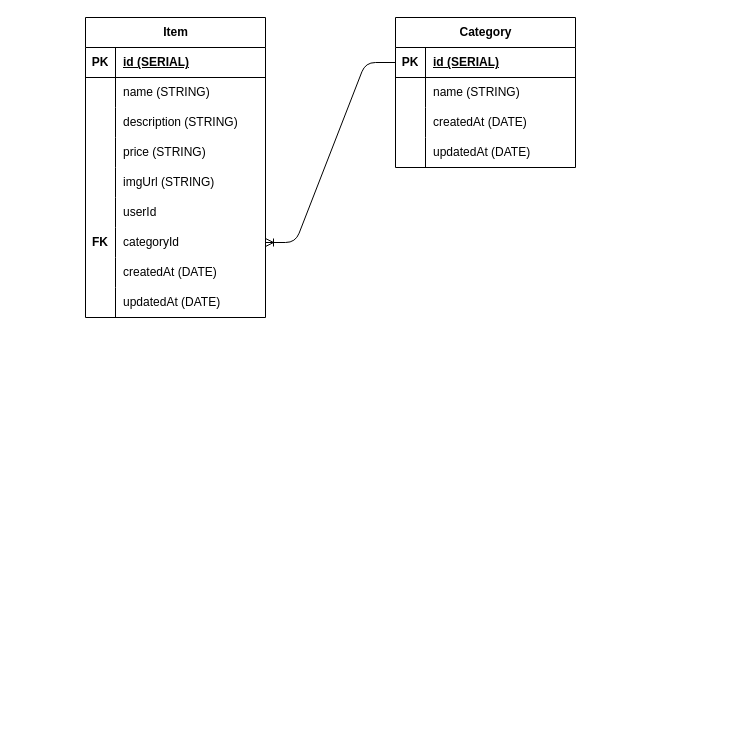
Earlier version of the draw.io diagram diagram/schema.drawio (RILMANIA/pair_project). Source tidied: cells renumbered, new cells numbered last; positions are measured from the earlier drawing's top-left corner, leaving out a move shared by most shapes. Both pictures are drawn from the tidied source at 100%, with x=0, y=0 at pixel (85, 17).
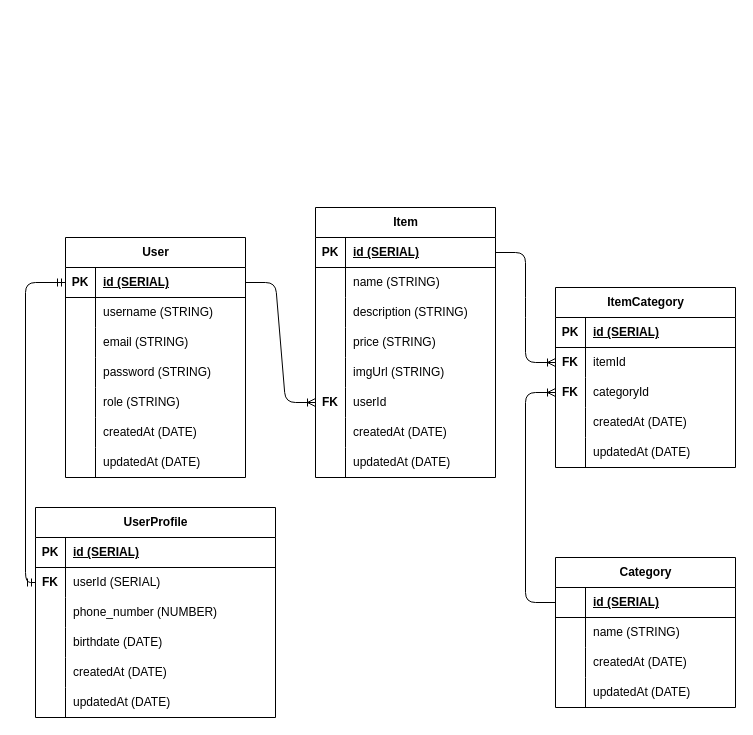
The same diagram, later.

Unchanged cells that the change refers to:
```xml
<mxCell id="3" style="shape=tableRow;horizontal=0;startSize=0;swimlaneHead=0;swimlaneBody=0;fillColor=none;points=[[0,0.5],[1,0.5]];portConstraint=eastwest;top=0;left=0;right=0;bottom=1;" parent="2" vertex="1">
  <mxGeometry y="30" width="180" height="30" as="geometry" />
</mxCell>
<mxCell id="18" style="shape=tableRow;horizontal=0;startSize=0;swimlaneHead=0;swimlaneBody=0;fillColor=none;points=[[0,0.5],[1,0.5]];portConstraint=eastwest;top=0;left=0;right=0;bottom=0;" parent="2" vertex="1">
  <mxGeometry y="180" width="180" height="30" as="geometry" />
</mxCell>
<mxCell id="31" style="shape=tableRow;horizontal=0;startSize=0;swimlaneHead=0;swimlaneBody=0;fillColor=none;points=[[0,0.5],[1,0.5]];portConstraint=eastwest;top=0;left=0;right=0;bottom=1;" parent="30" vertex="1">
  <mxGeometry y="30" width="180" height="30" as="geometry" />
</mxCell>
```

Change to the diagram source:
```diff
@@
     <mxCell id="2" value="Item" style="shape=table;startSize=30;childLayout=tableLayout;rowLines=0;fontStyle=1;align=center;html=1;" parent="1" vertex="1">
-      <mxGeometry width="180" height="300" as="geometry" />
+      <mxGeometry x="230" y="190" width="180" height="270" as="geometry" />
     </mxCell>
@@
-    <mxCell id="19" style="shape=partialRectangle;fillColor=none;top=0;left=0;bottom=0;right=0;overflow=hidden;whiteSpace=wrap;html=1;" parent="18" vertex="1">
+    <mxCell id="19" value="&lt;b&gt;FK&lt;/b&gt;" style="shape=partialRectangle;fillColor=none;top=0;left=0;bottom=0;right=0;overflow=hidden;whiteSpace=wrap;html=1;" parent="18" vertex="1">
       <mxGeometry width="30" height="30" as="geometry" />
     </mxCell>
@@
-    <mxCell id="21" style="shape=tableRow;horizontal=0;startSize=0;swimlaneHead=0;swimlaneBody=0;fillColor=none;points=[[0,0.5],[1,0.5]];portConstraint=eastwest;top=0;left=0;right=0;bottom=0;" parent="2" vertex="1">
-      <mxGeometry y="210" width="180" height="30" as="geometry" />
-    </mxCell>
-    <mxCell id="22" value="&lt;b&gt;FK&lt;/b&gt;" style="shape=partialRectangle;fillColor=none;top=0;left=0;bottom=0;right=0;overflow=hidden;whiteSpace=wrap;html=1;" parent="21" vertex="1">
-      <mxGeometry width="30" height="30" as="geometry" />
-    </mxCell>
-    <mxCell id="23" value="categoryId" style="shape=partialRectangle;fillColor=none;top=0;left=0;bottom=0;right=0;align=left;spacingLeft=6;overflow=hidden;whiteSpace=wrap;html=1;" parent="21" vertex="1">
-      <mxGeometry x="30" width="150" height="30" as="geometry" />
-    </mxCell>
     <mxCell id="24" style="shape=tableRow;horizontal=0;startSize=0;swimlaneHead=0;swimlaneBody=0;fillColor=none;top=0;left=0;right=0;bottom=0;" parent="2" vertex="1">
-      <mxGeometry y="240" width="180" height="30" as="geometry" />
+      <mxGeometry y="210" width="180" height="30" as="geometry" />
     </mxCell>
@@
     <mxCell id="27" style="shape=tableRow;horizontal=0;startSize=0;swimlaneHead=0;swimlaneBody=0;fillColor=none;top=0;left=0;right=0;bottom=0;" parent="2" vertex="1">
-      <mxGeometry y="270" width="180" height="30" as="geometry" />
+      <mxGeometry y="240" width="180" height="30" as="geometry" />
     </mxCell>
@@
     <mxCell id="30" value="Category" style="shape=table;startSize=30;childLayout=tableLayout;rowLines=0;fontStyle=1;align=center;html=1;" parent="1" vertex="1">
-      <mxGeometry x="310" width="180" height="150" as="geometry" />
+      <mxGeometry x="470" y="540" width="180" height="150" as="geometry" />
     </mxCell>
@@
-    <mxCell id="32" value="PK" style="shape=partialRectangle;fillColor=none;top=0;left=0;bottom=0;right=0;fontStyle=1;overflow=hidden;whiteSpace=wrap;html=1;" parent="31" vertex="1">
+    <mxCell id="32" style="shape=partialRectangle;fillColor=none;top=0;left=0;bottom=0;right=0;fontStyle=1;overflow=hidden;whiteSpace=wrap;html=1;" parent="31" vertex="1">
       <mxGeometry width="30" height="30" as="geometry" />
     </mxCell>
@@
-    <mxCell id="43" style="edgeStyle=entityRelationEdgeStyle;fontSize=12;html=1;endArrow=ERoneToMany;exitX=0;exitY=0.5;exitDx=0;exitDy=0;entryX=1;entryY=0.5;entryDx=0;entryDy=0;" parent="1" edge="1" source="31" target="21">
-      <mxGeometry relative="1" as="geometry" />
-    </mxCell>
+    <mxCell id="44" value="User" style="shape=table;startSize=30;childLayout=tableLayout;rowLines=0;fontStyle=1;align=center;html=1;" parent="1" vertex="1">
+      <mxGeometry x="-20" y="220" width="180" height="240" as="geometry" />
+    </mxCell>
+    <mxCell id="45" style="shape=tableRow;horizontal=0;startSize=0;swimlaneHead=0;swimlaneBody=0;fillColor=none;points=[[0,0.5],[1,0.5]];portConstraint=eastwest;top=0;left=0;right=0;bottom=1;" parent="44" vertex="1">
+      <mxGeometry y="30" width="180" height="30" as="geometry" />
+    </mxCell>
+    <mxCell id="46" value="PK" style="shape=partialRectangle;fillColor=none;top=0;left=0;bottom=0;right=0;fontStyle=1;overflow=hidden;whiteSpace=wrap;html=1;" parent="45" vertex="1">
+      <mxGeometry width="30" height="30" as="geometry" />
+    </mxCell>
+    <mxCell id="47" value="id (SERIAL)" style="shape=partialRectangle;fillColor=none;top=0;left=0;bottom=0;right=0;align=left;spacingLeft=6;fontStyle=5;overflow=hidden;whiteSpace=wrap;html=1;" parent="45" vertex="1">
+      <mxGeometry x="30" width="150" height="30" as="geometry" />
+    </mxCell>
+    <mxCell id="48" style="shape=tableRow;horizontal=0;startSize=0;swimlaneHead=0;swimlaneBody=0;fillColor=none;top=0;left=0;right=0;bottom=0;" parent="44" vertex="1">
+      <mxGeometry y="60" width="180" height="30" as="geometry" />
+    </mxCell>
+    <mxCell id="49" style="shape=partialRectangle;fillColor=none;top=0;left=0;bottom=0;right=0;overflow=hidden;whiteSpace=wrap;html=1;" parent="48" vertex="1">
+      <mxGeometry width="30" height="30" as="geometry" />
+    </mxCell>
+    <mxCell id="50" value="username (STRING)" style="shape=partialRectangle;fillColor=none;top=0;left=0;bottom=0;right=0;align=left;spacingLeft=6;overflow=hidden;whiteSpace=wrap;html=1;" parent="48" vertex="1">
+      <mxGeometry x="30" width="150" height="30" as="geometry" />
+    </mxCell>
+    <mxCell id="51" style="shape=tableRow;horizontal=0;startSize=0;swimlaneHead=0;swimlaneBody=0;fillColor=none;top=0;left=0;right=0;bottom=0;" parent="44" vertex="1">
+      <mxGeometry y="90" width="180" height="30" as="geometry" />
+    </mxCell>
+    <mxCell id="52" style="shape=partialRectangle;fillColor=none;top=0;left=0;bottom=0;right=0;overflow=hidden;whiteSpace=wrap;html=1;" parent="51" vertex="1">
+      <mxGeometry width="30" height="30" as="geometry" />
+    </mxCell>
+    <mxCell id="53" value="&lt;span style=&quot;color: rgb(0, 0, 0);&quot;&gt;email (STRING)&lt;/span&gt;" style="shape=partialRectangle;fillColor=none;top=0;left=0;bottom=0;right=0;align=left;spacingLeft=6;overflow=hidden;whiteSpace=wrap;html=1;" parent="51" vertex="1">
+      <mxGeometry x="30" width="150" height="30" as="geometry" />
+    </mxCell>
+    <mxCell id="54" style="shape=tableRow;horizontal=0;startSize=0;swimlaneHead=0;swimlaneBody=0;fillColor=none;top=0;left=0;right=0;bottom=0;" parent="44" vertex="1">
+      <mxGeometry y="120" width="180" height="30" as="geometry" />
+    </mxCell>
+    <mxCell id="55" style="shape=partialRectangle;fillColor=none;top=0;left=0;bottom=0;right=0;overflow=hidden;whiteSpace=wrap;html=1;" parent="54" vertex="1">
+      <mxGeometry width="30" height="30" as="geometry" />
+    </mxCell>
+    <mxCell id="56" value="password (STRING)" style="shape=partialRectangle;fillColor=none;top=0;left=0;bottom=0;right=0;align=left;spacingLeft=6;overflow=hidden;whiteSpace=wrap;html=1;" parent="54" vertex="1">
+      <mxGeometry x="30" width="150" height="30" as="geometry" />
+    </mxCell>
+    <mxCell id="57" style="shape=tableRow;horizontal=0;startSize=0;swimlaneHead=0;swimlaneBody=0;fillColor=none;top=0;left=0;right=0;bottom=0;" parent="44" vertex="1">
+      <mxGeometry y="150" width="180" height="30" as="geometry" />
+    </mxCell>
+    <mxCell id="58" style="shape=partialRectangle;fillColor=none;top=0;left=0;bottom=0;right=0;overflow=hidden;whiteSpace=wrap;html=1;" parent="57" vertex="1">
+      <mxGeometry width="30" height="30" as="geometry" />
+    </mxCell>
+    <mxCell id="59" value="role (STRING)" style="shape=partialRectangle;fillColor=none;top=0;left=0;bottom=0;right=0;align=left;spacingLeft=6;overflow=hidden;whiteSpace=wrap;html=1;" parent="57" vertex="1">
+      <mxGeometry x="30" width="150" height="30" as="geometry" />
+    </mxCell>
+    <mxCell id="60" style="shape=tableRow;horizontal=0;startSize=0;swimlaneHead=0;swimlaneBody=0;fillColor=none;top=0;left=0;right=0;bottom=0;" parent="44" vertex="1">
+      <mxGeometry y="180" width="180" height="30" as="geometry" />
+    </mxCell>
+    <mxCell id="61" style="shape=partialRectangle;fillColor=none;top=0;left=0;bottom=0;right=0;overflow=hidden;whiteSpace=wrap;html=1;" parent="60" vertex="1">
+      <mxGeometry width="30" height="30" as="geometry" />
+    </mxCell>
+    <mxCell id="62" value="&lt;span style=&quot;color: rgb(0, 0, 0);&quot;&gt;createdAt (DATE)&lt;/span&gt;" style="shape=partialRectangle;fillColor=none;top=0;left=0;bottom=0;right=0;align=left;spacingLeft=6;overflow=hidden;whiteSpace=wrap;html=1;" parent="60" vertex="1">
+      <mxGeometry x="30" width="150" height="30" as="geometry" />
+    </mxCell>
+    <mxCell id="21" style="shape=tableRow;horizontal=0;startSize=0;swimlaneHead=0;swimlaneBody=0;fillColor=none;points=[[0,0.5],[1,0.5]];portConstraint=eastwest;top=0;left=0;right=0;bottom=0;" parent="44" vertex="1">
+      <mxGeometry y="210" width="180" height="30" as="geometry" />
+    </mxCell>
+    <mxCell id="63" style="shape=partialRectangle;fillColor=none;top=0;left=0;bottom=0;right=0;overflow=hidden;whiteSpace=wrap;html=1;" parent="21" vertex="1">
+      <mxGeometry width="30" height="30" as="geometry" />
+    </mxCell>
+    <mxCell id="64" value="&lt;span style=&quot;color: rgb(0, 0, 0);&quot;&gt;updatedAt (DATE)&lt;/span&gt;" style="shape=partialRectangle;fillColor=none;top=0;left=0;bottom=0;right=0;align=left;spacingLeft=6;overflow=hidden;whiteSpace=wrap;html=1;" parent="21" vertex="1">
+      <mxGeometry x="30" width="150" height="30" as="geometry" />
+    </mxCell>
+    <mxCell id="65" style="edgeStyle=entityRelationEdgeStyle;fontSize=12;html=1;endArrow=ERoneToMany;exitX=1;exitY=0.5;exitDx=0;exitDy=0;entryX=0;entryY=0.5;entryDx=0;entryDy=0;" parent="1" edge="1" source="45" target="18">
+      <mxGeometry relative="1" as="geometry" />
+    </mxCell>
+    <mxCell id="66" value="UserProfile" style="shape=table;startSize=30;childLayout=tableLayout;rowLines=0;fontStyle=1;align=center;html=1;" parent="1" vertex="1">
+      <mxGeometry x="-50" y="490" width="240" height="210" as="geometry" />
+    </mxCell>
+    <mxCell id="67" style="shape=tableRow;horizontal=0;startSize=0;swimlaneHead=0;swimlaneBody=0;fillColor=none;top=0;left=0;right=0;bottom=1;" parent="66" vertex="1">
+      <mxGeometry y="30" width="240" height="30" as="geometry" />
+    </mxCell>
+    <mxCell id="68" value="PK" style="shape=partialRectangle;fillColor=none;top=0;left=0;bottom=0;right=0;fontStyle=1;overflow=hidden;whiteSpace=wrap;html=1;" parent="67" vertex="1">
+      <mxGeometry width="30" height="30" as="geometry" />
+    </mxCell>
+    <mxCell id="69" value="id (SERIAL)" style="shape=partialRectangle;fillColor=none;top=0;left=0;bottom=0;right=0;align=left;spacingLeft=6;fontStyle=5;overflow=hidden;whiteSpace=wrap;html=1;" parent="67" vertex="1">
+      <mxGeometry x="30" width="210" height="30" as="geometry" />
+    </mxCell>
+    <mxCell id="70" style="shape=tableRow;horizontal=0;startSize=0;swimlaneHead=0;swimlaneBody=0;fillColor=none;points=[[0,0.5],[1,0.5]];portConstraint=eastwest;top=0;left=0;right=0;bottom=0;" parent="66" vertex="1">
+      <mxGeometry y="60" width="240" height="30" as="geometry" />
+    </mxCell>
+    <mxCell id="71" value="&lt;b&gt;FK&lt;/b&gt;" style="shape=partialRectangle;fillColor=none;top=0;left=0;bottom=0;right=0;overflow=hidden;whiteSpace=wrap;html=1;" parent="70" vertex="1">
+      <mxGeometry width="30" height="30" as="geometry" />
+    </mxCell>
+    <mxCell id="72" value="userId (SERIAL)" style="shape=partialRectangle;fillColor=none;top=0;left=0;bottom=0;right=0;align=left;spacingLeft=6;overflow=hidden;whiteSpace=wrap;html=1;" parent="70" vertex="1">
+      <mxGeometry x="30" width="210" height="30" as="geometry" />
+    </mxCell>
+    <mxCell id="73" style="shape=tableRow;horizontal=0;startSize=0;swimlaneHead=0;swimlaneBody=0;fillColor=none;top=0;left=0;right=0;bottom=0;" parent="66" vertex="1">
+      <mxGeometry y="90" width="240" height="30" as="geometry" />
+    </mxCell>
+    <mxCell id="74" style="shape=partialRectangle;fillColor=none;top=0;left=0;bottom=0;right=0;overflow=hidden;whiteSpace=wrap;html=1;" parent="73" vertex="1">
+      <mxGeometry width="30" height="30" as="geometry" />
+    </mxCell>
+    <mxCell id="75" value="phone_number (NUMBER)" style="shape=partialRectangle;fillColor=none;top=0;left=0;bottom=0;right=0;align=left;spacingLeft=6;overflow=hidden;whiteSpace=wrap;html=1;" parent="73" vertex="1">
+      <mxGeometry x="30" width="210" height="30" as="geometry" />
+    </mxCell>
+    <mxCell id="76" style="shape=tableRow;horizontal=0;startSize=0;swimlaneHead=0;swimlaneBody=0;fillColor=none;top=0;left=0;right=0;bottom=0;" parent="66" vertex="1">
+      <mxGeometry y="120" width="240" height="30" as="geometry" />
+    </mxCell>
+    <mxCell id="77" style="shape=partialRectangle;fillColor=none;top=0;left=0;bottom=0;right=0;overflow=hidden;whiteSpace=wrap;html=1;" parent="76" vertex="1">
+      <mxGeometry width="30" height="30" as="geometry" />
+    </mxCell>
+    <mxCell id="78" value="birthdate (DATE)" style="shape=partialRectangle;fillColor=none;top=0;left=0;bottom=0;right=0;align=left;spacingLeft=6;overflow=hidden;whiteSpace=wrap;html=1;" parent="76" vertex="1">
+      <mxGeometry x="30" width="210" height="30" as="geometry" />
+    </mxCell>
+    <mxCell id="79" style="shape=tableRow;horizontal=0;startSize=0;swimlaneHead=0;swimlaneBody=0;fillColor=none;top=0;left=0;right=0;bottom=0;" parent="66" vertex="1">
+      <mxGeometry y="150" width="240" height="30" as="geometry" />
+    </mxCell>
+    <mxCell id="80" style="shape=partialRectangle;fillColor=none;top=0;left=0;bottom=0;right=0;overflow=hidden;whiteSpace=wrap;html=1;" parent="79" vertex="1">
+      <mxGeometry width="30" height="30" as="geometry" />
+    </mxCell>
+    <mxCell id="81" value="&lt;span style=&quot;color: rgb(0, 0, 0);&quot;&gt;createdAt (DATE)&lt;/span&gt;" style="shape=partialRectangle;fillColor=none;top=0;left=0;bottom=0;right=0;align=left;spacingLeft=6;overflow=hidden;whiteSpace=wrap;html=1;" parent="79" vertex="1">
+      <mxGeometry x="30" width="210" height="30" as="geometry" />
+    </mxCell>
+    <mxCell id="82" style="shape=tableRow;horizontal=0;startSize=0;swimlaneHead=0;swimlaneBody=0;fillColor=none;top=0;left=0;right=0;bottom=0;" parent="66" vertex="1">
+      <mxGeometry y="180" width="240" height="30" as="geometry" />
+    </mxCell>
+    <mxCell id="83" style="shape=partialRectangle;fillColor=none;top=0;left=0;bottom=0;right=0;overflow=hidden;whiteSpace=wrap;html=1;" parent="82" vertex="1">
+      <mxGeometry width="30" height="30" as="geometry" />
+    </mxCell>
+    <mxCell id="84" value="&lt;span style=&quot;color: rgb(0, 0, 0);&quot;&gt;updatedAt (DATE)&lt;/span&gt;" style="shape=partialRectangle;fillColor=none;top=0;left=0;bottom=0;right=0;align=left;spacingLeft=6;overflow=hidden;whiteSpace=wrap;html=1;" parent="82" vertex="1">
+      <mxGeometry x="30" width="210" height="30" as="geometry" />
+    </mxCell>
+    <mxCell id="85" style="edgeStyle=orthogonalEdgeStyle;fontSize=12;html=1;endArrow=ERmandOne;startArrow=ERmandOne;entryX=0;entryY=0.5;entryDx=0;entryDy=0;exitX=0;exitY=0.5;exitDx=0;exitDy=0;" parent="1" edge="1" source="70" target="45">
+      <mxGeometry relative="1" as="geometry" />
+    </mxCell>
+    <mxCell id="86" value="ItemCategory" style="shape=table;startSize=30;childLayout=tableLayout;rowLines=0;fontStyle=1;align=center;html=1;" parent="1" vertex="1">
+      <mxGeometry x="470" y="270" width="180" height="180" as="geometry" />
+    </mxCell>
+    <mxCell id="87" style="shape=tableRow;horizontal=0;startSize=0;swimlaneHead=0;swimlaneBody=0;fillColor=none;top=0;left=0;right=0;bottom=1;" parent="86" vertex="1">
+      <mxGeometry y="30" width="180" height="30" as="geometry" />
+    </mxCell>
+    <mxCell id="88" value="PK" style="shape=partialRectangle;fillColor=none;top=0;left=0;bottom=0;right=0;fontStyle=1;overflow=hidden;whiteSpace=wrap;html=1;" parent="87" vertex="1">
+      <mxGeometry width="30" height="30" as="geometry" />
+    </mxCell>
+    <mxCell id="89" value="id (SERIAL)" style="shape=partialRectangle;fillColor=none;top=0;left=0;bottom=0;right=0;align=left;spacingLeft=6;fontStyle=5;overflow=hidden;whiteSpace=wrap;html=1;" parent="87" vertex="1">
+      <mxGeometry x="30" width="150" height="30" as="geometry" />
+    </mxCell>
+    <mxCell id="90" style="shape=tableRow;horizontal=0;startSize=0;swimlaneHead=0;swimlaneBody=0;fillColor=none;points=[[0,0.5],[1,0.5]];portConstraint=eastwest;top=0;left=0;right=0;bottom=0;" parent="86" vertex="1">
+      <mxGeometry y="60" width="180" height="30" as="geometry" />
+    </mxCell>
+    <mxCell id="91" value="&lt;b&gt;FK&lt;/b&gt;" style="shape=partialRectangle;fillColor=none;top=0;left=0;bottom=0;right=0;overflow=hidden;whiteSpace=wrap;html=1;" parent="90" vertex="1">
+      <mxGeometry width="30" height="30" as="geometry" />
+    </mxCell>
+    <mxCell id="92" value="itemId" style="shape=partialRectangle;fillColor=none;top=0;left=0;bottom=0;right=0;align=left;spacingLeft=6;overflow=hidden;whiteSpace=wrap;html=1;" parent="90" vertex="1">
+      <mxGeometry x="30" width="150" height="30" as="geometry" />
+    </mxCell>
+    <mxCell id="93" style="shape=tableRow;horizontal=0;startSize=0;swimlaneHead=0;swimlaneBody=0;fillColor=none;points=[[0,0.5],[1,0.5]];portConstraint=eastwest;top=0;left=0;right=0;bottom=0;" parent="86" vertex="1">
+      <mxGeometry y="90" width="180" height="30" as="geometry" />
+    </mxCell>
+    <mxCell id="94" value="&lt;b&gt;FK&lt;/b&gt;" style="shape=partialRectangle;fillColor=none;top=0;left=0;bottom=0;right=0;overflow=hidden;whiteSpace=wrap;html=1;" parent="93" vertex="1">
+      <mxGeometry width="30" height="30" as="geometry" />
+    </mxCell>
+    <mxCell id="23" value="categoryId" style="shape=partialRectangle;fillColor=none;top=0;left=0;bottom=0;right=0;align=left;spacingLeft=6;overflow=hidden;whiteSpace=wrap;html=1;" parent="93" vertex="1">
+      <mxGeometry x="30" width="150" height="30" as="geometry" />
+    </mxCell>
+    <mxCell id="95" style="shape=tableRow;horizontal=0;startSize=0;swimlaneHead=0;swimlaneBody=0;fillColor=none;top=0;left=0;right=0;bottom=0;" parent="86" vertex="1">
+      <mxGeometry y="120" width="180" height="30" as="geometry" />
+    </mxCell>
+    <mxCell id="96" style="shape=partialRectangle;fillColor=none;top=0;left=0;bottom=0;right=0;overflow=hidden;whiteSpace=wrap;html=1;" parent="95" vertex="1">
+      <mxGeometry width="30" height="30" as="geometry" />
+    </mxCell>
+    <mxCell id="97" value="&lt;span style=&quot;color: rgb(0, 0, 0);&quot;&gt;createdAt (DATE)&lt;/span&gt;" style="shape=partialRectangle;fillColor=none;top=0;left=0;bottom=0;right=0;align=left;spacingLeft=6;overflow=hidden;whiteSpace=wrap;html=1;" parent="95" vertex="1">
+      <mxGeometry x="30" width="150" height="30" as="geometry" />
+    </mxCell>
+    <mxCell id="98" style="shape=tableRow;horizontal=0;startSize=0;swimlaneHead=0;swimlaneBody=0;fillColor=none;top=0;left=0;right=0;bottom=0;" parent="86" vertex="1">
+      <mxGeometry y="150" width="180" height="30" as="geometry" />
+    </mxCell>
+    <mxCell id="99" style="shape=partialRectangle;fillColor=none;top=0;left=0;bottom=0;right=0;overflow=hidden;whiteSpace=wrap;html=1;" parent="98" vertex="1">
+      <mxGeometry width="30" height="30" as="geometry" />
+    </mxCell>
+    <mxCell id="100" value="&lt;span style=&quot;color: rgb(0, 0, 0);&quot;&gt;updatedAt (DATE)&lt;/span&gt;" style="shape=partialRectangle;fillColor=none;top=0;left=0;bottom=0;right=0;align=left;spacingLeft=6;overflow=hidden;whiteSpace=wrap;html=1;" parent="98" vertex="1">
+      <mxGeometry x="30" width="150" height="30" as="geometry" />
+    </mxCell>
+    <mxCell id="101" style="edgeStyle=entityRelationEdgeStyle;fontSize=12;html=1;endArrow=ERoneToMany;exitX=1;exitY=0.5;exitDx=0;exitDy=0;entryX=0;entryY=0.5;entryDx=0;entryDy=0;" parent="1" edge="1" source="3" target="90">
+      <mxGeometry relative="1" as="geometry" />
+    </mxCell>
+    <mxCell id="102" style="edgeStyle=orthogonalEdgeStyle;fontSize=12;html=1;endArrow=ERoneToMany;entryX=0;entryY=0.5;entryDx=0;entryDy=0;elbow=vertical;exitX=0;exitY=0.5;exitDx=0;exitDy=0;" parent="1" edge="1" source="31" target="93">
+      <mxGeometry relative="1" as="geometry">
+        <Array as="points">
+          <mxPoint x="440" y="585" />
+          <mxPoint x="440" y="375" />
+        </Array>
+      </mxGeometry>
+    </mxCell>
```
